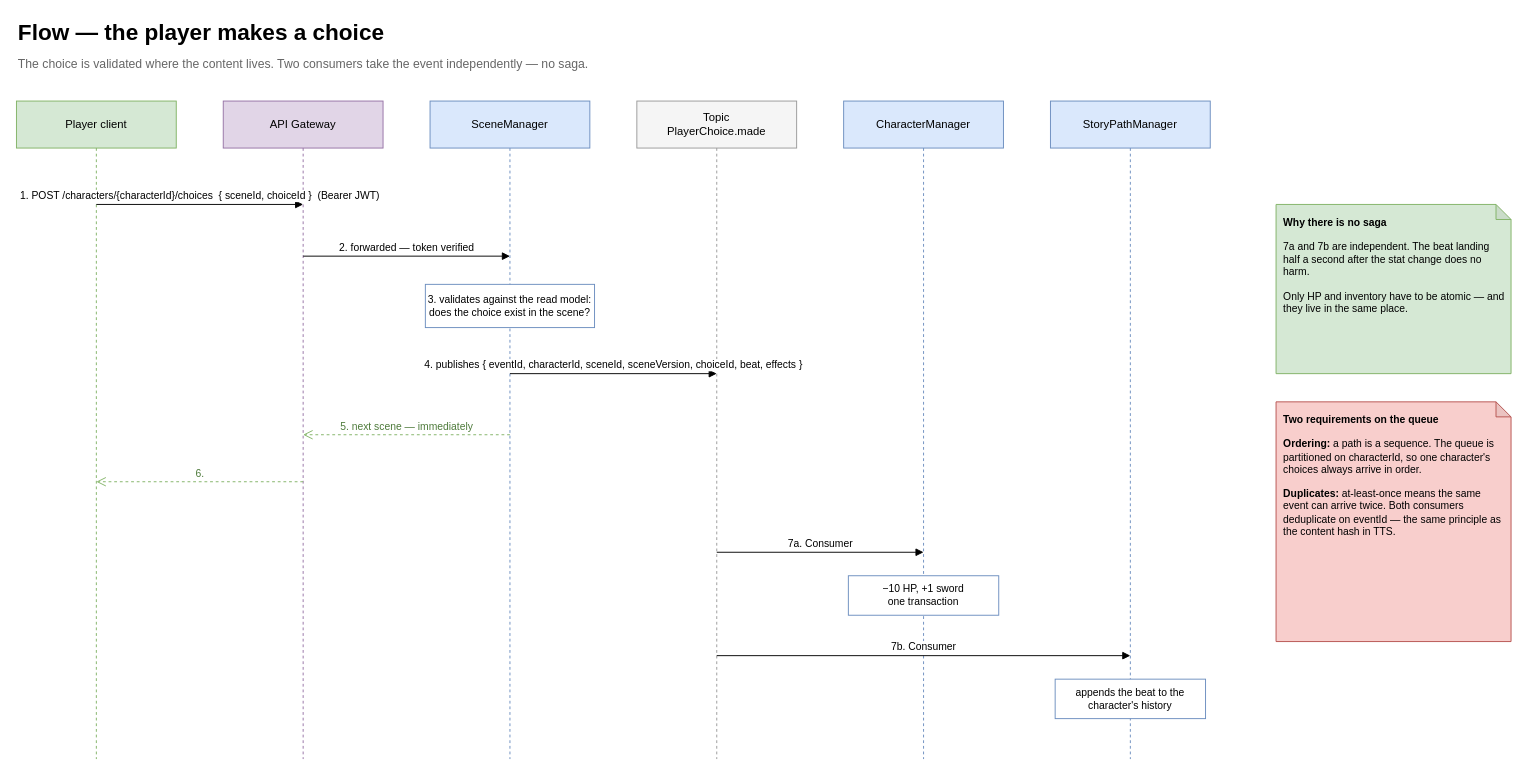
Grupp2B-Spam/RPG_Choose_Your_Fate_Sem2 keeps this draw.io diagram as page "Flow - player makes a choice" (3 of 4) of architecture-chooseYourFate-Patrick-revision1.drawio. Above is the earlier version. Source tidied: cells renumbered, new cells numbered last; positions are measured from the earlier drawing's top-left corner, leaving out a move shared by most shapes. Both pictures are drawn from the tidied source at 94%, with x=0, y=0 at pixel (16, 16).
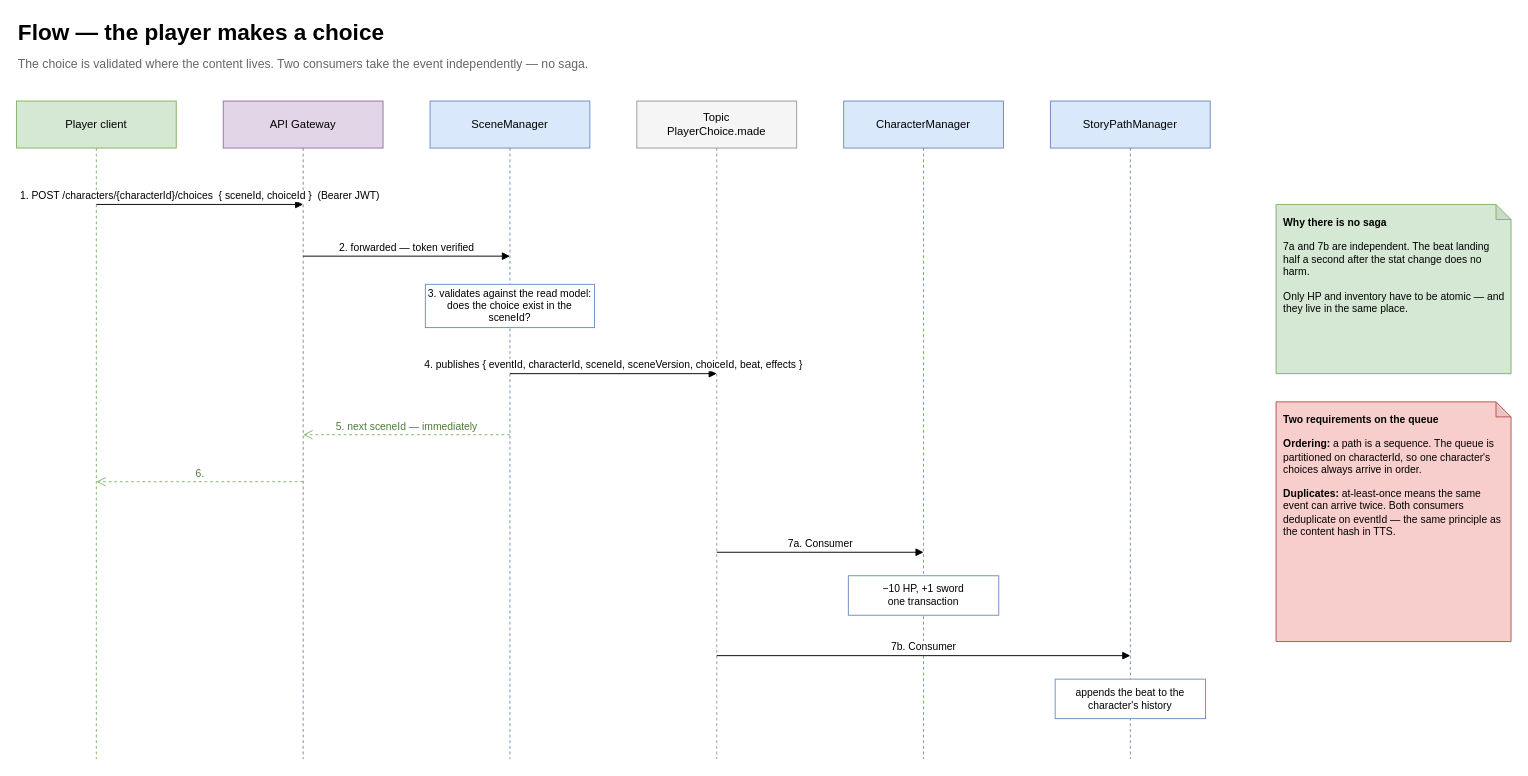
Above is the later version.

The edit, as a diff of the source:
```diff
@@
-    <mxCell id="12" value="3. validates against the read model:&lt;br&gt;does the choice exist in the scene?" style="rounded=0;whiteSpace=wrap;html=1;fillColor=#ffffff;strokeColor=#6c8ebf;fontSize=11;" parent="1" vertex="1">
+    <mxCell id="12" value="3. validates against the read model:&lt;br&gt;does the choice exist in the sceneId?" style="rounded=0;whiteSpace=wrap;html=1;fillColor=#ffffff;strokeColor=#6c8ebf;fontSize=11;" parent="1" vertex="1">
       <mxGeometry x="435" y="285" width="180" height="46" as="geometry" />
     </mxCell>
@@
-    <mxCell id="14" value="5. next scene — immediately" style="html=1;verticalAlign=bottom;endArrow=open;dashed=1;rounded=0;fontSize=11;endSize=8;strokeColor=#82b366;fontColor=#4d7a3a;" parent="1" edge="1">
+    <mxCell id="14" value="5. next sceneId — immediately" style="html=1;verticalAlign=bottom;endArrow=open;dashed=1;rounded=0;fontSize=11;endSize=8;strokeColor=#82b366;fontColor=#4d7a3a;" parent="1" edge="1">
       <mxGeometry relative="1" as="geometry">
         <mxPoint x="525" y="445" as="sourcePoint" />
         <mxPoint x="305" y="445" as="targetPoint" />
       </mxGeometry>
     </mxCell>
```
